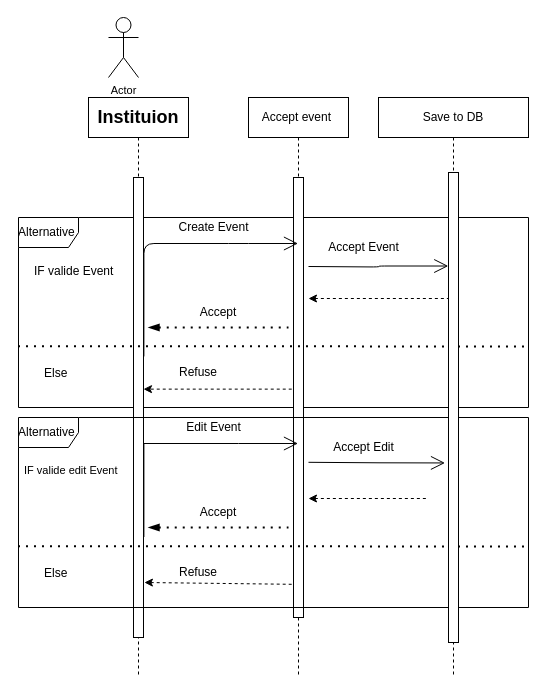
This is page "Event Activity" (3 of 4) of InstitutionManagement.drawio from muhmagdy/Bloodify, a draw.io file, before an edit. Source tidied: cells renumbered, new cells numbered last; positions are measured from the earlier drawing's top-left corner, leaving out a move shared by most shapes. Both pictures are drawn from the tidied source at 100%, with x=0, y=0 at pixel (18, 17).
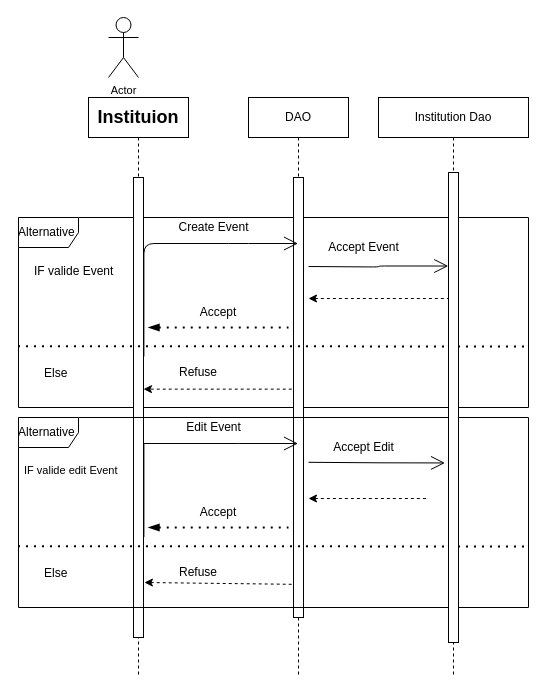
Above is the later version.

The edit, as a diff of the source:
```diff
@@
-    <mxCell id="5" value="Accept event&amp;nbsp;" style="shape=umlLifeline;perimeter=lifelinePerimeter;whiteSpace=wrap;html=1;outlineConnect=0;fontSize=12;" parent="1" vertex="1">
+    <mxCell id="5" value="DAO" style="shape=umlLifeline;perimeter=lifelinePerimeter;whiteSpace=wrap;html=1;outlineConnect=0;fontSize=12;" parent="1" vertex="1">
       <mxGeometry x="230" y="80" width="100" height="580" as="geometry" />
     </mxCell>
@@
-    <mxCell id="8" value="Save to DB" style="shape=umlLifeline;perimeter=lifelinePerimeter;whiteSpace=wrap;html=1;outlineConnect=0;fontSize=12;" parent="1" vertex="1">
+    <mxCell id="8" value="Institution Dao" style="shape=umlLifeline;perimeter=lifelinePerimeter;whiteSpace=wrap;html=1;outlineConnect=0;fontSize=12;" parent="1" vertex="1">
       <mxGeometry x="360" y="80" width="150" height="580" as="geometry" />
     </mxCell>
```
